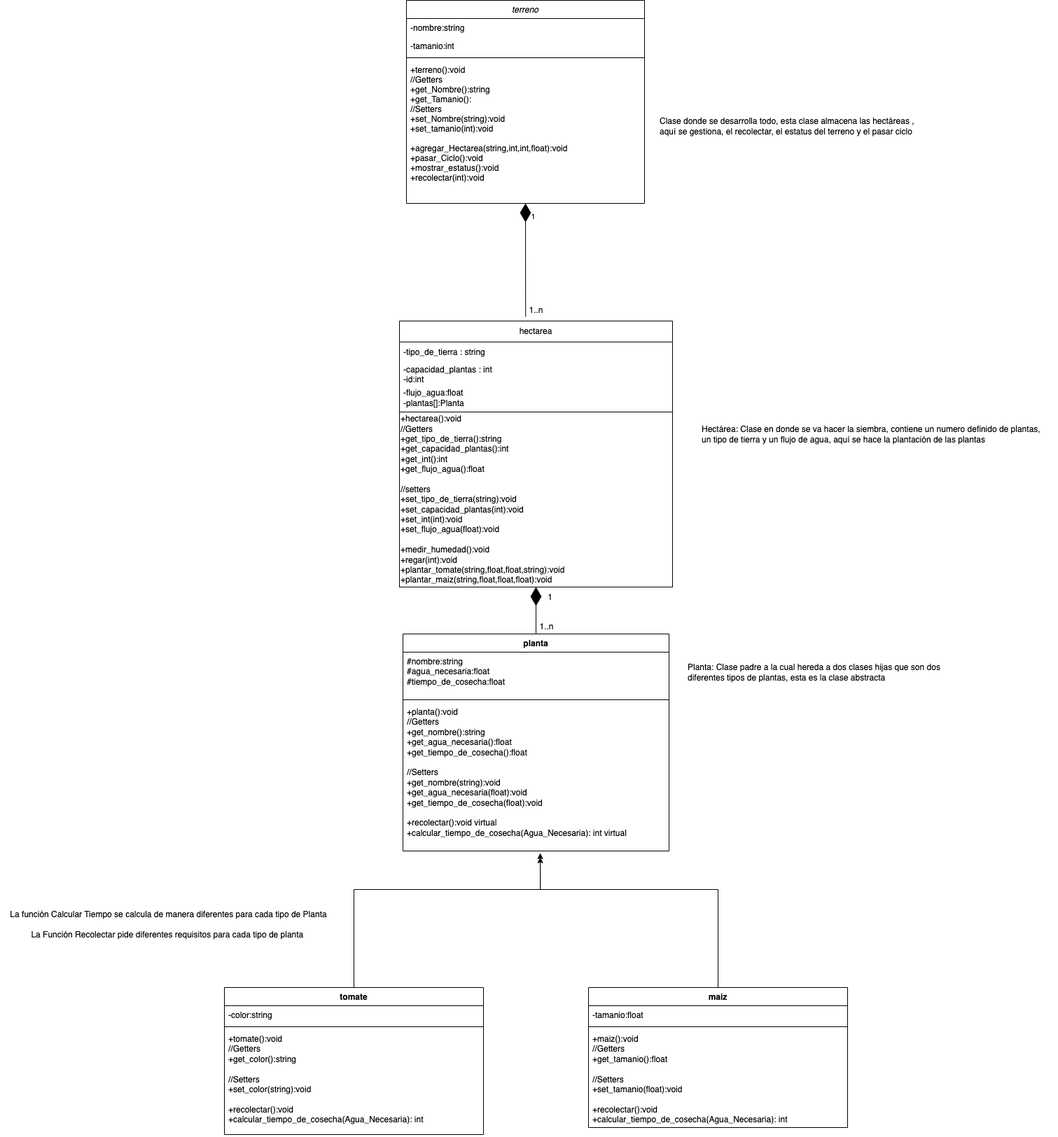
Before: Granja _UML.png, a diagram exported from draw.io (J24RM/Manzana). Source tidied: cells renumbered, new cells last; positions are measured from the earlier drawing's top-left corner, leaving out a move shared by most shapes. The source it was exported from:
```xml
<mxGraphModel>
  <root>
    <mxCell id="0" />
    <mxCell id="1" parent="0" />
    <mxCell id="2" value="terreno" style="swimlane;fontStyle=2;align=center;verticalAlign=top;horizontal=1;startSize=26;rounded=0;shadow=0;strokeWidth=1;" parent="1" vertex="1">
      <mxGeometry x="580" width="340" height="290" as="geometry" />
    </mxCell>
    <mxCell id="3" value="-nombre:string&#10;" style="text;align=left;verticalAlign=top;spacingLeft=4;spacingRight=4;overflow=hidden;" parent="2" vertex="1">
      <mxGeometry y="26" width="340" height="26" as="geometry" />
    </mxCell>
    <mxCell id="4" value="-tamanio:int" style="text;align=left;verticalAlign=top;spacingLeft=4;spacingRight=4;overflow=hidden;rounded=0;shadow=0;html=0;" parent="2" vertex="1">
      <mxGeometry y="52" width="340" height="26" as="geometry" />
    </mxCell>
    <mxCell id="5" style="line;html=1;strokeWidth=1;align=left;verticalAlign=middle;spacingTop=-1;spacingLeft=3;spacingRight=3;labelPosition=right;" parent="2" vertex="1">
      <mxGeometry y="78" width="340" height="8" as="geometry" />
    </mxCell>
    <mxCell id="6" value="+terreno():void&#10;//Getters&#10;+get_Nombre():string&#10;+get_Tamanio():&#10;//Setters&#10;+set_Nombre(string):void&#10;+set_tamanio(int):void&#10;&#10;+agregar_Hectarea(string,int,int,float):void&#10;+pasar_Ciclo():void&#10;+mostrar_estatus():void&#10;+recolectar(int):void" style="text;align=left;verticalAlign=top;spacingLeft=4;spacingRight=4;overflow=hidden;" parent="2" vertex="1">
      <mxGeometry y="86" width="340" height="184" as="geometry" />
    </mxCell>
    <mxCell id="7" value="hectarea" style="swimlane;fontStyle=0;horizontal=1;startSize=30;whiteSpace=wrap;html=1;" parent="1" vertex="1">
      <mxGeometry x="570" y="458" width="390" height="380" as="geometry" />
    </mxCell>
    <mxCell id="8" value="-tipo_de_tierra : string" style="text;strokeColor=none;fillColor=none;align=left;verticalAlign=middle;spacingLeft=4;spacingRight=4;overflow=hidden;whiteSpace=wrap;html=1;" parent="7" vertex="1">
      <mxGeometry y="30" width="390" height="30" as="geometry" />
    </mxCell>
    <mxCell id="9" value="-capacidad_plantas : int&lt;div&gt;-id:int&lt;/div&gt;" style="text;strokeColor=none;fillColor=none;align=left;verticalAlign=middle;spacingLeft=4;spacingRight=4;overflow=hidden;whiteSpace=wrap;html=1;" parent="7" vertex="1">
      <mxGeometry y="60" width="390" height="30" as="geometry" />
    </mxCell>
    <mxCell id="10" value="-flujo_agua:float&lt;div&gt;-plantas[]:Planta&lt;/div&gt;" style="text;strokeColor=none;fillColor=none;align=left;verticalAlign=middle;spacingLeft=4;spacingRight=4;overflow=hidden;whiteSpace=wrap;html=1;" parent="7" vertex="1">
      <mxGeometry y="90" width="390" height="40" as="geometry" />
    </mxCell>
    <mxCell id="11" value="&lt;div&gt;+hectarea():void&lt;/div&gt;&lt;div&gt;//Getters&lt;/div&gt;&lt;div&gt;+get_tipo_de_tierra():string&lt;/div&gt;&lt;div&gt;+get_capacidad_plantas():int&lt;/div&gt;&lt;div&gt;+get_int():int&lt;/div&gt;&lt;div&gt;+get_flujo_agua():float&lt;/div&gt;&lt;div&gt;&lt;br&gt;&lt;/div&gt;&lt;div&gt;//setters&lt;/div&gt;&lt;div&gt;&lt;div&gt;+set_tipo_de_tierra(string):void&lt;/div&gt;&lt;div&gt;+set_capacidad_plantas(int):void&lt;/div&gt;&lt;div&gt;+set_int(int):void&lt;/div&gt;&lt;div&gt;+set_flujo_agua(float):void&lt;/div&gt;&lt;/div&gt;&lt;div&gt;&lt;br&gt;&lt;/div&gt;+medir_humedad():void&lt;div&gt;+regar(int):void&lt;/div&gt;&lt;div&gt;+plantar_tomate(string,float,float,string):void&lt;/div&gt;&lt;div&gt;+plantar_maiz(string,float,float,float):void&lt;/div&gt;" style="rounded=0;whiteSpace=wrap;html=1;align=left;" parent="7" vertex="1">
      <mxGeometry y="130" width="390" height="250" as="geometry" />
    </mxCell>
    <mxCell id="12" style="endArrow=diamondThin;endFill=1;endSize=24;html=1;rounded=0;exitX=0.462;exitY=-0.016;exitDx=0;exitDy=0;exitPerimeter=0;entryX=0.5;entryY=1;entryDx=0;entryDy=0;" parent="1" edge="1" source="7" target="2">
      <mxGeometry relative="1" as="geometry" />
    </mxCell>
    <mxCell id="13" value="1" style="edgeLabel;html=1;align=center;verticalAlign=middle;" parent="12" vertex="1">
      <mxGeometry x="0.77" y="-5" relative="1" as="geometry">
        <mxPoint x="6" as="offset" />
      </mxGeometry>
    </mxCell>
    <mxCell id="14" value="1..n" style="text;html=1;align=center;verticalAlign=middle;strokeColor=none;fillColor=none;" parent="1" vertex="1">
      <mxGeometry x="745" y="428" width="40" height="30" as="geometry" />
    </mxCell>
    <mxCell id="15" value="planta" style="swimlane;fontStyle=1;align=center;verticalAlign=top;horizontal=1;startSize=26;whiteSpace=wrap;html=1;" parent="1" vertex="1">
      <mxGeometry x="575" y="905" width="380" height="310" as="geometry" />
    </mxCell>
    <mxCell id="16" value="#nombre:string&lt;div&gt;#agua_necesaria:float&lt;/div&gt;&lt;div&gt;#tiempo_de_cosecha:float&lt;/div&gt;" style="text;strokeColor=none;fillColor=none;align=left;verticalAlign=top;spacingLeft=4;spacingRight=4;overflow=hidden;whiteSpace=wrap;html=1;" parent="15" vertex="1">
      <mxGeometry y="26" width="380" height="64" as="geometry" />
    </mxCell>
    <mxCell id="17" style="line;strokeWidth=1;fillColor=none;align=left;verticalAlign=middle;spacingTop=-1;spacingLeft=3;spacingRight=3;labelPosition=right;strokeColor=inherit;" parent="15" vertex="1">
      <mxGeometry y="90" width="380" height="8" as="geometry" />
    </mxCell>
    <mxCell id="18" value="&lt;div&gt;+planta():void&lt;/div&gt;&lt;div&gt;//Getters&lt;/div&gt;&lt;div&gt;+get_nombre():string&lt;/div&gt;&lt;div&gt;+get_agua_necesaria():float&lt;/div&gt;&lt;div&gt;+get_tiempo_de_cosecha():float&lt;/div&gt;&lt;div&gt;&lt;br&gt;&lt;/div&gt;&lt;div&gt;//Setters&lt;/div&gt;&lt;div&gt;&lt;div&gt;+get_nombre(string):void&lt;/div&gt;&lt;div&gt;+get_agua_necesaria(float):void&lt;/div&gt;&lt;div&gt;+get_tiempo_de_cosecha(float):void&lt;/div&gt;&lt;/div&gt;&lt;div&gt;&lt;br&gt;&lt;/div&gt;+recolectar():void virtual&lt;div&gt;+calcular_tiempo_de_cosecha(Agua_Necesaria): int virtual&lt;/div&gt;" style="text;strokeColor=none;fillColor=none;align=left;verticalAlign=top;spacingLeft=4;spacingRight=4;overflow=hidden;points=[[0,0.5],[1,0.5]];portConstraint=eastwest;whiteSpace=wrap;html=1;" parent="15" vertex="1">
      <mxGeometry y="98" width="380" height="212" as="geometry" />
    </mxCell>
    <mxCell id="19" style="endArrow=diamondThin;endFill=1;endSize=24;html=1;rounded=0;entryX=0.5;entryY=1;entryDx=0;entryDy=0;exitX=0.5;exitY=0;exitDx=0;exitDy=0;" parent="1" edge="1" source="15" target="11">
      <mxGeometry relative="1" as="geometry" />
    </mxCell>
    <mxCell id="20" value="1" style="text;html=1;align=center;verticalAlign=middle;strokeColor=none;fillColor=none;" parent="1" vertex="1">
      <mxGeometry x="770" y="838" width="30" height="30" as="geometry" />
    </mxCell>
    <mxCell id="21" value="1..n" style="text;html=1;align=center;verticalAlign=middle;strokeColor=none;fillColor=none;" parent="1" vertex="1">
      <mxGeometry x="760" y="880" width="40" height="30" as="geometry" />
    </mxCell>
    <mxCell id="22" value="tomate" style="swimlane;fontStyle=1;align=center;verticalAlign=top;horizontal=1;startSize=26;whiteSpace=wrap;html=1;" parent="1" vertex="1">
      <mxGeometry x="320" y="1410" width="370" height="210" as="geometry" />
    </mxCell>
    <mxCell id="23" value="-color:string" style="text;strokeColor=none;fillColor=none;align=left;verticalAlign=top;spacingLeft=4;spacingRight=4;overflow=hidden;whiteSpace=wrap;html=1;" parent="22" vertex="1">
      <mxGeometry y="26" width="370" height="26" as="geometry" />
    </mxCell>
    <mxCell id="24" style="line;strokeWidth=1;fillColor=none;align=left;verticalAlign=middle;spacingTop=-1;spacingLeft=3;spacingRight=3;labelPosition=right;strokeColor=inherit;" parent="22" vertex="1">
      <mxGeometry y="52" width="370" height="8" as="geometry" />
    </mxCell>
    <mxCell id="25" value="&lt;div&gt;+tomate():void&lt;/div&gt;&lt;div&gt;//Getters&lt;/div&gt;&lt;div&gt;+get_color():string&lt;/div&gt;&lt;div&gt;&lt;br&gt;&lt;/div&gt;&lt;div&gt;//Setters&lt;/div&gt;&lt;div&gt;+set_color(string):void&lt;/div&gt;&lt;div&gt;&lt;br&gt;&lt;/div&gt;+recolectar():void&amp;nbsp;&lt;div&gt;+calcular_tiempo_de_cosecha(Agua_Necesaria): int&amp;nbsp;&lt;/div&gt;" style="text;strokeColor=none;fillColor=none;align=left;verticalAlign=top;spacingLeft=4;spacingRight=4;overflow=hidden;whiteSpace=wrap;html=1;" parent="22" vertex="1">
      <mxGeometry y="60" width="370" height="150" as="geometry" />
    </mxCell>
    <mxCell id="26" style="edgeStyle=orthogonalEdgeStyle;rounded=0;jettySize=auto;html=1;exitX=0.5;exitY=0;exitDx=0;exitDy=0;entryX=0.516;entryY=1.042;entryDx=0;entryDy=0;entryPerimeter=0;" parent="1" edge="1" source="22" target="18">
      <mxGeometry relative="1" as="geometry">
        <Array as="points">
          <mxPoint x="505" y="1270" />
          <mxPoint x="771" y="1270" />
        </Array>
      </mxGeometry>
    </mxCell>
    <mxCell id="27" value="maiz" style="swimlane;fontStyle=1;align=center;verticalAlign=top;horizontal=1;startSize=26;whiteSpace=wrap;html=1;" parent="1" vertex="1">
      <mxGeometry x="840" y="1410" width="370" height="200" as="geometry" />
    </mxCell>
    <mxCell id="28" value="-tamanio:float" style="text;strokeColor=none;fillColor=none;align=left;verticalAlign=top;spacingLeft=4;spacingRight=4;overflow=hidden;whiteSpace=wrap;html=1;" parent="27" vertex="1">
      <mxGeometry y="26" width="370" height="26" as="geometry" />
    </mxCell>
    <mxCell id="29" style="line;strokeWidth=1;fillColor=none;align=left;verticalAlign=middle;spacingTop=-1;spacingLeft=3;spacingRight=3;labelPosition=right;strokeColor=inherit;" parent="27" vertex="1">
      <mxGeometry y="52" width="370" height="8" as="geometry" />
    </mxCell>
    <mxCell id="30" value="&lt;div&gt;+maiz():void&lt;/div&gt;&lt;div&gt;//Getters&lt;/div&gt;&lt;div&gt;+get_tamanio():float&lt;/div&gt;&lt;div&gt;&lt;br&gt;&lt;/div&gt;&lt;div&gt;//Setters&lt;/div&gt;&lt;div&gt;+set_tamanio(float):void&lt;/div&gt;&lt;div&gt;&lt;br&gt;&lt;/div&gt;+recolectar():void&amp;nbsp;&lt;div&gt;+calcular_tiempo_de_cosecha(Agua_Necesaria): int&amp;nbsp;&lt;/div&gt;" style="text;strokeColor=none;fillColor=none;align=left;verticalAlign=top;spacingLeft=4;spacingRight=4;overflow=hidden;whiteSpace=wrap;html=1;" parent="27" vertex="1">
      <mxGeometry y="60" width="370" height="140" as="geometry" />
    </mxCell>
    <mxCell id="31" style="edgeStyle=orthogonalEdgeStyle;rounded=0;jettySize=auto;html=1;exitX=0.5;exitY=0;exitDx=0;exitDy=0;entryX=0.516;entryY=1.014;entryDx=0;entryDy=0;entryPerimeter=0;" parent="1" edge="1" source="27" target="18">
      <mxGeometry relative="1" as="geometry">
        <Array as="points">
          <mxPoint x="1025" y="1270" />
          <mxPoint x="771" y="1270" />
        </Array>
      </mxGeometry>
    </mxCell>
    <mxCell id="32" value="La función Calcular Tiempo se calcula de manera diferentes para cada tipo de Planta&lt;div&gt;&lt;br&gt;&lt;/div&gt;&lt;div&gt;La Función Recolectar pide diferentes requisitos para cada tipo de planta&amp;nbsp;&lt;/div&gt;" style="text;html=1;align=center;verticalAlign=middle;strokeColor=none;fillColor=none;" parent="1" vertex="1">
      <mxGeometry y="1290" width="480" height="60" as="geometry" />
    </mxCell>
    <mxCell id="33" value="Planta: Clase padre a la cual hereda a dos clases hijas que son dos&amp;nbsp;&lt;div&gt;diferentes tipos de plantas, esta es la clase abstracta&lt;/div&gt;" style="text;html=1;align=left;verticalAlign=middle;strokeColor=none;fillColor=none;" parent="1" vertex="1">
      <mxGeometry x="980" y="940" width="390" height="40" as="geometry" />
    </mxCell>
    <mxCell id="34" value="Hectárea: Clase en donde se va hacer la siembra, contiene un numero definido de plantas,&amp;nbsp;&lt;div&gt;un tipo de tierra y un flujo de agua, aquí se hace la plantación de las plantas&lt;/div&gt;" style="text;html=1;align=left;verticalAlign=middle;strokeColor=none;fillColor=none;" parent="1" vertex="1">
      <mxGeometry x="1000" y="600" width="510" height="40" as="geometry" />
    </mxCell>
    <mxCell id="35" value="Clase donde se desarrolla todo, esta clase almacena las hectáreas ,&lt;div&gt;aquí se gestiona, el recolectar, el estatus del terreno y el pasar ciclo&lt;/div&gt;" style="text;html=1;align=left;verticalAlign=middle;strokeColor=none;fillColor=none;" parent="1" vertex="1">
      <mxGeometry x="940" y="160" width="390" height="40" as="geometry" />
    </mxCell>
  </root>
</mxGraphModel>
```
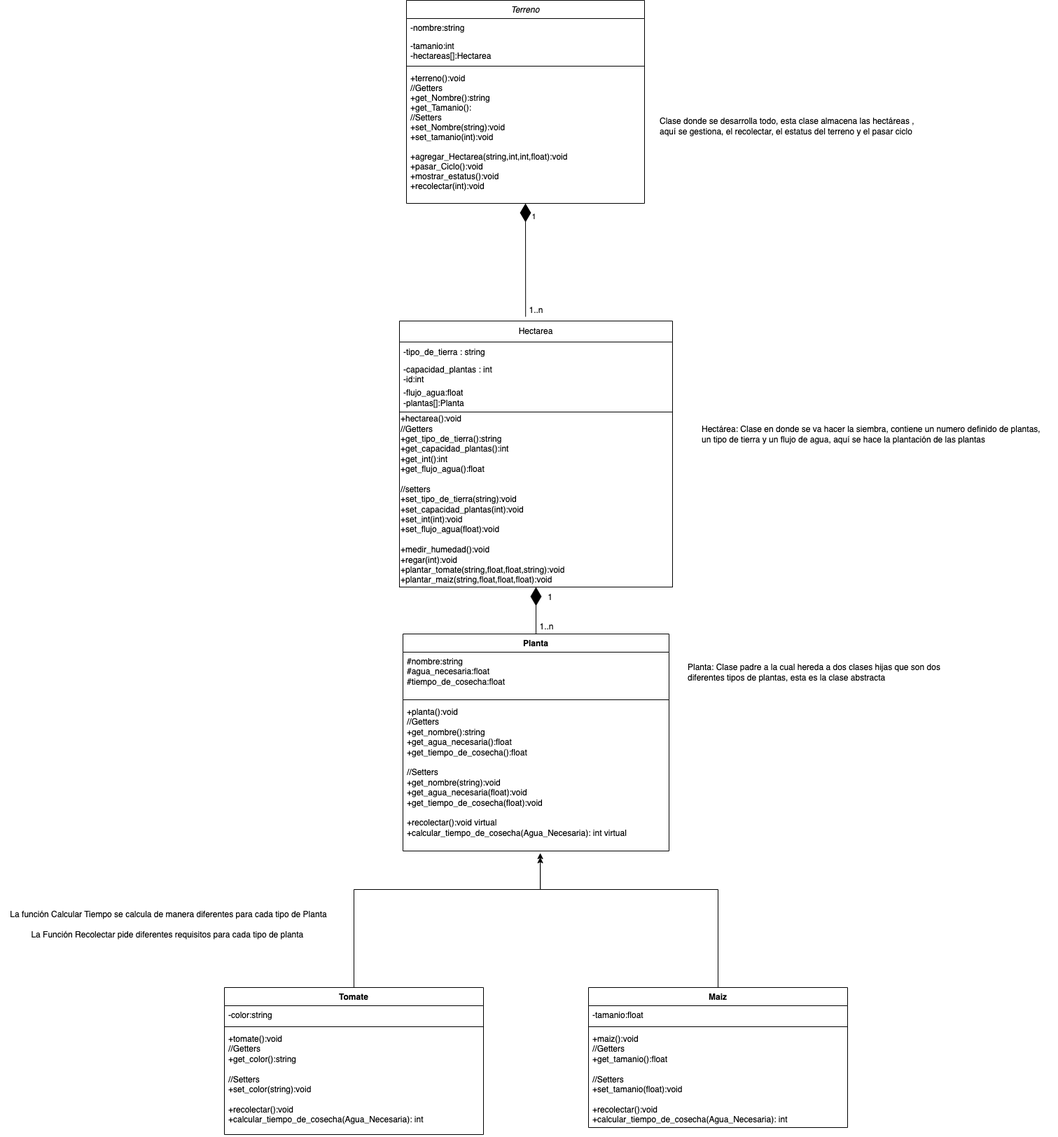
Later version of the same file.

Commit message:
Se modifico el readme y se actualizo el diagrama de UML

Change to the diagram source:
```diff
@@ -2,22 +2,22 @@
   <root>
     <mxCell id="0" />
     <mxCell id="1" parent="0" />
-    <mxCell id="2" value="terreno" style="swimlane;fontStyle=2;align=center;verticalAlign=top;horizontal=1;startSize=26;rounded=0;shadow=0;strokeWidth=1;" parent="1" vertex="1">
+    <mxCell id="2" value="Terreno" style="swimlane;fontStyle=2;align=center;verticalAlign=top;horizontal=1;startSize=26;rounded=0;shadow=0;strokeWidth=1;" parent="1" vertex="1">
       <mxGeometry x="580" width="340" height="290" as="geometry" />
     </mxCell>
     <mxCell id="3" value="-nombre:string&#10;" style="text;align=left;verticalAlign=top;spacingLeft=4;spacingRight=4;overflow=hidden;" parent="2" vertex="1">
       <mxGeometry y="26" width="340" height="26" as="geometry" />
     </mxCell>
-    <mxCell id="4" value="-tamanio:int" style="text;align=left;verticalAlign=top;spacingLeft=4;spacingRight=4;overflow=hidden;rounded=0;shadow=0;html=0;" parent="2" vertex="1">
-      <mxGeometry y="52" width="340" height="26" as="geometry" />
+    <mxCell id="4" value="-tamanio:int&#10;-hectareas[]:Hectarea&#10;" style="text;align=left;verticalAlign=top;spacingLeft=4;spacingRight=4;overflow=hidden;rounded=0;shadow=0;html=0;" parent="2" vertex="1">
+      <mxGeometry y="52" width="340" height="38" as="geometry" />
     </mxCell>
     <mxCell id="5" style="line;html=1;strokeWidth=1;align=left;verticalAlign=middle;spacingTop=-1;spacingLeft=3;spacingRight=3;labelPosition=right;" parent="2" vertex="1">
-      <mxGeometry y="78" width="340" height="8" as="geometry" />
+      <mxGeometry y="90" width="340" height="8" as="geometry" />
     </mxCell>
     <mxCell id="6" value="+terreno():void&#10;//Getters&#10;+get_Nombre():string&#10;+get_Tamanio():&#10;//Setters&#10;+set_Nombre(string):void&#10;+set_tamanio(int):void&#10;&#10;+agregar_Hectarea(string,int,int,float):void&#10;+pasar_Ciclo():void&#10;+mostrar_estatus():void&#10;+recolectar(int):void" style="text;align=left;verticalAlign=top;spacingLeft=4;spacingRight=4;overflow=hidden;" parent="2" vertex="1">
-      <mxGeometry y="86" width="340" height="184" as="geometry" />
+      <mxGeometry y="98" width="340" height="184" as="geometry" />
     </mxCell>
-    <mxCell id="7" value="hectarea" style="swimlane;fontStyle=0;horizontal=1;startSize=30;whiteSpace=wrap;html=1;" parent="1" vertex="1">
+    <mxCell id="7" value="Hectarea" style="swimlane;fontStyle=0;horizontal=1;startSize=30;whiteSpace=wrap;html=1;" parent="1" vertex="1">
       <mxGeometry x="570" y="458" width="390" height="380" as="geometry" />
     </mxCell>
     <mxCell id="8" value="-tipo_de_tierra : string" style="text;strokeColor=none;fillColor=none;align=left;verticalAlign=middle;spacingLeft=4;spacingRight=4;overflow=hidden;whiteSpace=wrap;html=1;" parent="7" vertex="1">
@@ -43,7 +43,7 @@
     <mxCell id="14" value="1..n" style="text;html=1;align=center;verticalAlign=middle;strokeColor=none;fillColor=none;" parent="1" vertex="1">
       <mxGeometry x="745" y="428" width="40" height="30" as="geometry" />
     </mxCell>
-    <mxCell id="15" value="planta" style="swimlane;fontStyle=1;align=center;verticalAlign=top;horizontal=1;startSize=26;whiteSpace=wrap;html=1;" parent="1" vertex="1">
+    <mxCell id="15" value="Planta" style="swimlane;fontStyle=1;align=center;verticalAlign=top;horizontal=1;startSize=26;whiteSpace=wrap;html=1;" parent="1" vertex="1">
       <mxGeometry x="575" y="905" width="380" height="310" as="geometry" />
     </mxCell>
     <mxCell id="16" value="#nombre:string&lt;div&gt;#agua_necesaria:float&lt;/div&gt;&lt;div&gt;#tiempo_de_cosecha:float&lt;/div&gt;" style="text;strokeColor=none;fillColor=none;align=left;verticalAlign=top;spacingLeft=4;spacingRight=4;overflow=hidden;whiteSpace=wrap;html=1;" parent="15" vertex="1">
@@ -64,7 +64,7 @@
     <mxCell id="21" value="1..n" style="text;html=1;align=center;verticalAlign=middle;strokeColor=none;fillColor=none;" parent="1" vertex="1">
       <mxGeometry x="760" y="880" width="40" height="30" as="geometry" />
     </mxCell>
-    <mxCell id="22" value="tomate" style="swimlane;fontStyle=1;align=center;verticalAlign=top;horizontal=1;startSize=26;whiteSpace=wrap;html=1;" parent="1" vertex="1">
+    <mxCell id="22" value="Tomate" style="swimlane;fontStyle=1;align=center;verticalAlign=top;horizontal=1;startSize=26;whiteSpace=wrap;html=1;" parent="1" vertex="1">
       <mxGeometry x="320" y="1410" width="370" height="210" as="geometry" />
     </mxCell>
     <mxCell id="23" value="-color:string" style="text;strokeColor=none;fillColor=none;align=left;verticalAlign=top;spacingLeft=4;spacingRight=4;overflow=hidden;whiteSpace=wrap;html=1;" parent="22" vertex="1">
@@ -84,7 +84,7 @@
         </Array>
       </mxGeometry>
     </mxCell>
-    <mxCell id="27" value="maiz" style="swimlane;fontStyle=1;align=center;verticalAlign=top;horizontal=1;startSize=26;whiteSpace=wrap;html=1;" parent="1" vertex="1">
+    <mxCell id="27" value="Maiz" style="swimlane;fontStyle=1;align=center;verticalAlign=top;horizontal=1;startSize=26;whiteSpace=wrap;html=1;" parent="1" vertex="1">
       <mxGeometry x="840" y="1410" width="370" height="200" as="geometry" />
     </mxCell>
     <mxCell id="28" value="-tamanio:float" style="text;strokeColor=none;fillColor=none;align=left;verticalAlign=top;spacingLeft=4;spacingRight=4;overflow=hidden;whiteSpace=wrap;html=1;" parent="27" vertex="1">
```
